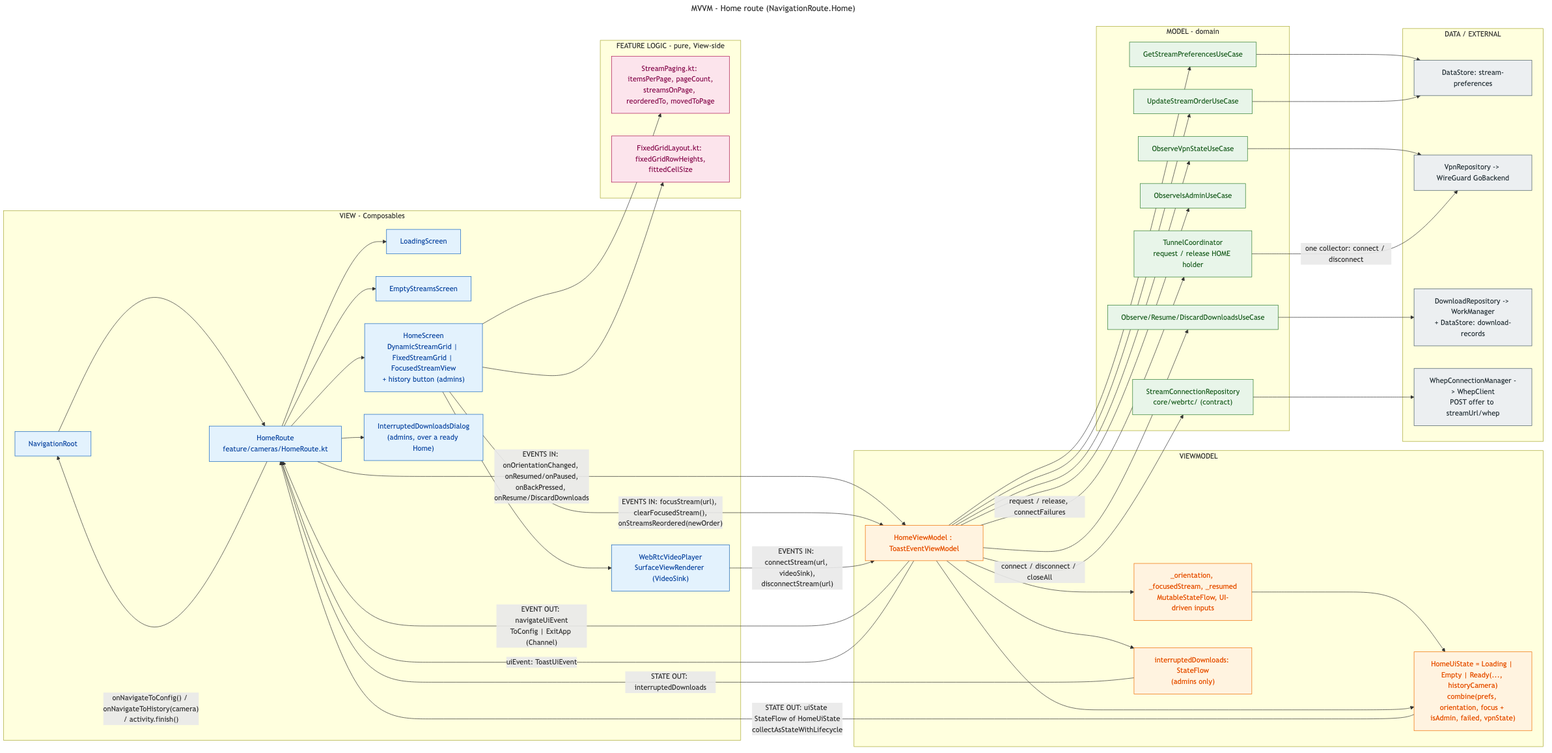
Above: docs/images/mvvm-home-route.png in gdinn/cameras.casa (Mermaid), before the change. Its source is kept beside it as docs/diagrams/mvvm-home-route.mmd. The source it was exported from:
```mermaid
---
title: "MVVM - Home route (NavigationRoute.Home)"
---
flowchart LR
  classDef view fill:#e3f2fd,stroke:#1565c0,color:#0d47a1
  classDef vm fill:#fff3e0,stroke:#ef6c00,color:#e65100
  classDef model fill:#e8f5e9,stroke:#2e7d32,color:#1b5e20
  classDef data fill:#eceff1,stroke:#455a64,color:#263238
  classDef logic fill:#fce4ec,stroke:#ad1457,color:#880e4f

  subgraph V["VIEW - Composables"]
    direction TB
    Nav["NavigationRoot"]
    Route["HomeRoute<br/>feature/cameras/HomeRoute.kt"]
    Loading["LoadingScreen"]
    Empty["EmptyStreamsScreen"]
    Screen["HomeScreen<br/>DynamicStreamGrid | FixedStreamGrid | FocusedStreamView<br/>+ history button (admins)"]
    Player["WebRtcVideoPlayer<br/>SurfaceViewRenderer (VideoSink)"]
    Dialog["InterruptedDownloadsDialog<br/>(admins, over a ready Home)"]
    Nav --> Route
    Route --> Loading
    Route --> Empty
    Route --> Screen
    Route --> Dialog
    Screen --> Player
  end

  subgraph VMG["VIEWMODEL"]
    direction TB
    VM["HomeViewModel : ToastEventViewModel"]
    Inputs["_orientation, _focusedStream, _resumed<br/>MutableStateFlow, UI-driven inputs"]
    State["HomeUiState = Loading | Empty | Ready(..., historyCamera)<br/>combine(prefs, orientation, focus + isAdmin, failed, vpnState)"]
    Offer["interruptedDownloads: StateFlow<br/>(admins only)"]
    Inputs --> State
    VM --> Inputs
    VM --> State
    VM --> Offer
  end

  subgraph L["FEATURE LOGIC - pure, View-side"]
    Paging["StreamPaging.kt: itemsPerPage, pageCount,<br/>streamsOnPage, reorderedTo, movedToPage"]
    Layout["FixedGridLayout.kt: fixedGridRowHeights,<br/>fittedCellSize"]
  end

  subgraph M["MODEL - domain"]
    direction TB
    UCprefs["GetStreamPreferencesUseCase"]
    UCorder["UpdateStreamOrderUseCase"]
    UCvpnState["ObserveVpnStateUseCase"]
    UCadmin["ObserveIsAdminUseCase"]
    UCdl["Observe/Resume/DiscardDownloadsUseCase"]
    Coord["TunnelCoordinator<br/>request / release HOME holder"]
    StreamRepo["StreamConnectionRepository<br/>core/webrtc/ (contract)"]
  end

  subgraph D["DATA / EXTERNAL"]
    direction TB
    Store["DataStore: stream-preferences"]
    VpnRepo["VpnRepository -> WireGuard GoBackend"]
    Downloads["DownloadRepository -> WorkManager<br/>+ DataStore: download-records"]
    Whep["WhepConnectionManager -> WhepClient<br/>POST offer to streamUrl/whep"]
  end

  Route -->|"EVENTS IN: onOrientationChanged, onResumed/onPaused,<br/>onBackPressed, onResume/DiscardDownloads"| VM
  Screen -->|"EVENTS IN: focusStream(url), clearFocusedStream(),<br/>onStreamsReordered(newOrder)"| VM
  Player -->|"EVENTS IN: connectStream(url, videoSink),<br/>disconnectStream(url)"| VM

  State -->|"STATE OUT: uiState StateFlow of HomeUiState<br/>collectAsStateWithLifecycle"| Route
  VM -->|"EVENT OUT: navigateUiEvent<br/>ToConfig | ExitApp (Channel)"| Route
  VM -->|"uiEvent: ToastUiEvent"| Route
  Offer -->|"STATE OUT: interruptedDownloads"| Route
  Route -->|"onNavigateToConfig() / onNavigateToHistory(camera)<br/>/ activity.finish()"| Nav

  Screen --> Paging
  Screen --> Layout

  VM --> UCprefs
  VM --> UCorder
  VM --> UCvpnState
  VM --> UCadmin
  VM --> UCdl
  VM -->|"request / release, connectFailures"| Coord
  VM -->|"connect / disconnect / closeAll"| StreamRepo

  UCprefs --> Store
  UCorder --> Store
  UCvpnState --> VpnRepo
  Coord -->|"one collector: connect / disconnect"| VpnRepo
  UCdl --> Downloads
  StreamRepo --> Whep

  class Nav,Route,Loading,Empty,Screen,Player,Dialog view
  class VM,Inputs,State,Offer vm
  class UCprefs,UCorder,UCvpnState,UCadmin,UCdl,Coord,StreamRepo model
  class Paging,Layout logic
  class Store,VpnRepo,Whep,Downloads data
```
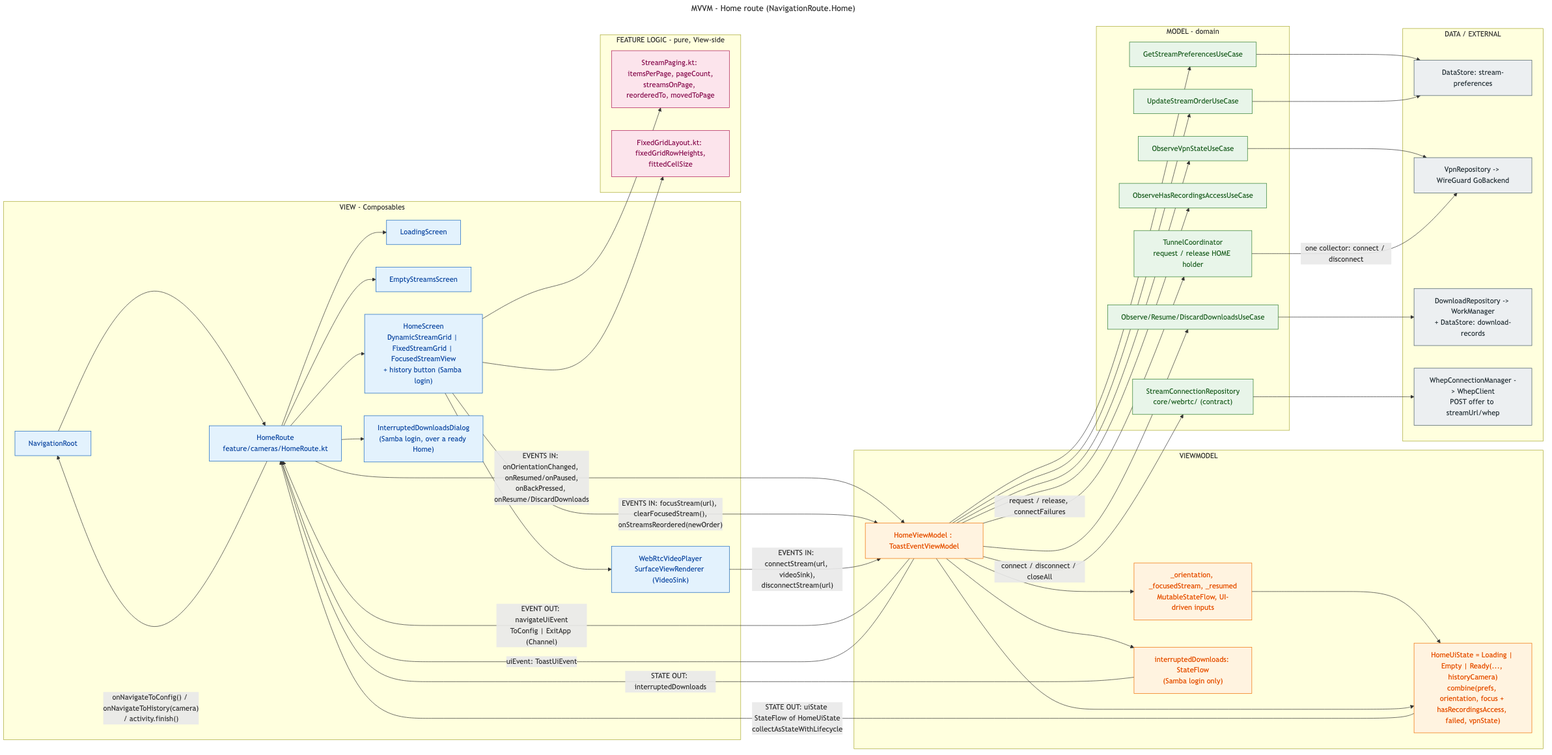
The same diagram one commit later.

The edit, as a diff of the source:
```diff
@@ -14,9 +14,9 @@
     Route["HomeRoute<br/>feature/cameras/HomeRoute.kt"]
     Loading["LoadingScreen"]
     Empty["EmptyStreamsScreen"]
-    Screen["HomeScreen<br/>DynamicStreamGrid | FixedStreamGrid | FocusedStreamView<br/>+ history button (admins)"]
+    Screen["HomeScreen<br/>DynamicStreamGrid | FixedStreamGrid | FocusedStreamView<br/>+ history button (Samba login)"]
     Player["WebRtcVideoPlayer<br/>SurfaceViewRenderer (VideoSink)"]
-    Dialog["InterruptedDownloadsDialog<br/>(admins, over a ready Home)"]
+    Dialog["InterruptedDownloadsDialog<br/>(Samba login, over a ready Home)"]
     Nav --> Route
     Route --> Loading
     Route --> Empty
@@ -29,8 +29,8 @@
     direction TB
     VM["HomeViewModel : ToastEventViewModel"]
     Inputs["_orientation, _focusedStream, _resumed<br/>MutableStateFlow, UI-driven inputs"]
-    State["HomeUiState = Loading | Empty | Ready(..., historyCamera)<br/>combine(prefs, orientation, focus + isAdmin, failed, vpnState)"]
-    Offer["interruptedDownloads: StateFlow<br/>(admins only)"]
+    State["HomeUiState = Loading | Empty | Ready(..., historyCamera)<br/>combine(prefs, orientation, focus + hasRecordingsAccess, failed, vpnState)"]
+    Offer["interruptedDownloads: StateFlow<br/>(Samba login only)"]
     Inputs --> State
     VM --> Inputs
     VM --> State
@@ -47,7 +47,7 @@
     UCprefs["GetStreamPreferencesUseCase"]
     UCorder["UpdateStreamOrderUseCase"]
     UCvpnState["ObserveVpnStateUseCase"]
-    UCadmin["ObserveIsAdminUseCase"]
+    UCadmin["ObserveHasRecordingsAccessUseCase"]
     UCdl["Observe/Resume/DiscardDownloadsUseCase"]
     Coord["TunnelCoordinator<br/>request / release HOME holder"]
     StreamRepo["StreamConnectionRepository<br/>core/webrtc/ (contract)"]
```
